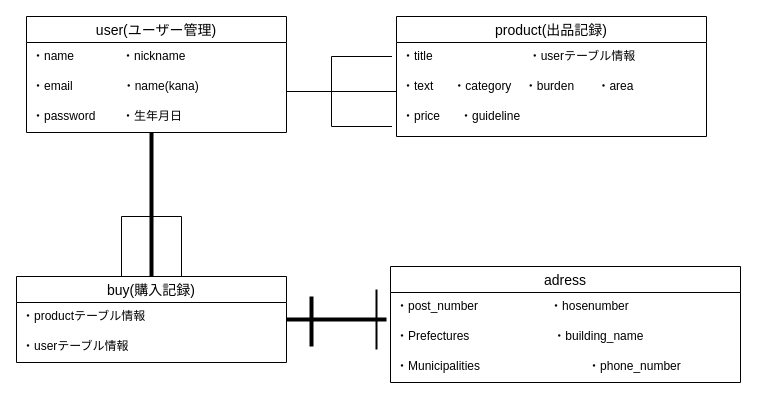
This is app/table.dio from y-waon/furima-34530, a draw.io file, before an edit. Source tidied: cells renumbered, new cells numbered last; positions are measured from the earlier drawing's top-left corner, leaving out a move shared by most shapes. Both pictures are drawn from the tidied source at 100%, with x=0, y=0 at pixel (16, 16).
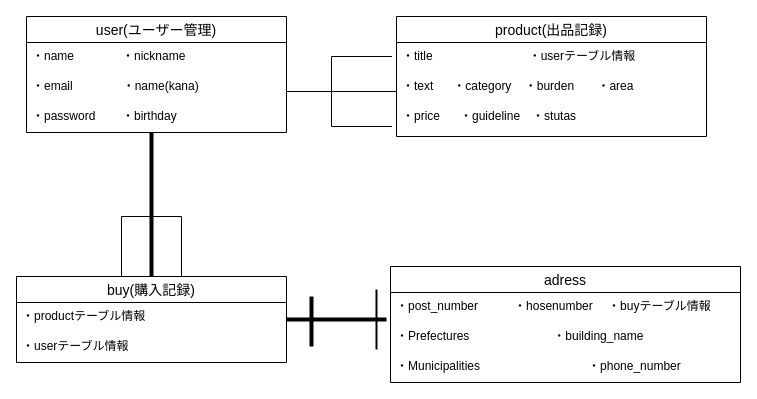
After the change.

The change refers to these unchanged cells:
```xml
<mxCell id="2" value="product(出品記録)" style="swimlane;fontStyle=0;horizontal=1;startSize=26;align=center;fontSize=14;" parent="1" vertex="1">
  <mxGeometry x="380" width="310" height="120" as="geometry" />
</mxCell>
<mxCell id="9" value="user(ユーザー管理)" style="swimlane;fontStyle=0;horizontal=1;startSize=26;align=center;fontSize=14;" parent="1" vertex="1">
  <mxGeometry x="10" width="260" height="116" as="geometry" />
</mxCell>
<mxCell id="19" value="adress" style="swimlane;fontStyle=0;horizontal=1;startSize=26;align=center;fontSize=14;" parent="1" vertex="1">
  <mxGeometry x="374" y="250" width="350" height="116" as="geometry" />
</mxCell>
```

What changed in the source:
```diff
@@
-    <mxCell id="5" value="・price      ・guideline" style="text;strokeColor=none;fillColor=none;spacingLeft=4;spacingRight=4;overflow=hidden;fontSize=12;" parent="2" vertex="1">
+    <mxCell id="5" value="・price      ・guideline　・stutas" style="text;strokeColor=none;fillColor=none;spacingLeft=4;spacingRight=4;overflow=hidden;fontSize=12;" parent="2" vertex="1">
       <mxGeometry y="86" width="310" height="34" as="geometry" />
     </mxCell>
@@
-    <mxCell id="12" value="・password        ・生年月日" style="text;strokeColor=none;fillColor=none;spacingLeft=4;spacingRight=4;overflow=hidden;fontSize=12;" parent="9" vertex="1">
+    <mxCell id="12" value="・password        ・birthday" style="text;strokeColor=none;fillColor=none;spacingLeft=4;spacingRight=4;overflow=hidden;fontSize=12;" parent="9" vertex="1">
       <mxGeometry y="86" width="260" height="30" as="geometry" />
     </mxCell>
@@
-    <mxCell id="20" value="・post_number　　　　　　・hosenumber" style="text;strokeColor=none;fillColor=none;spacingLeft=4;spacingRight=4;overflow=hidden;fontSize=12;" parent="19" vertex="1">
+    <mxCell id="20" value="・post_number　　　・hosenumber 　・buyテーブル情報" style="text;strokeColor=none;fillColor=none;spacingLeft=4;spacingRight=4;overflow=hidden;fontSize=12;" parent="19" vertex="1">
       <mxGeometry y="26" width="350" height="30" as="geometry" />
     </mxCell>
```
